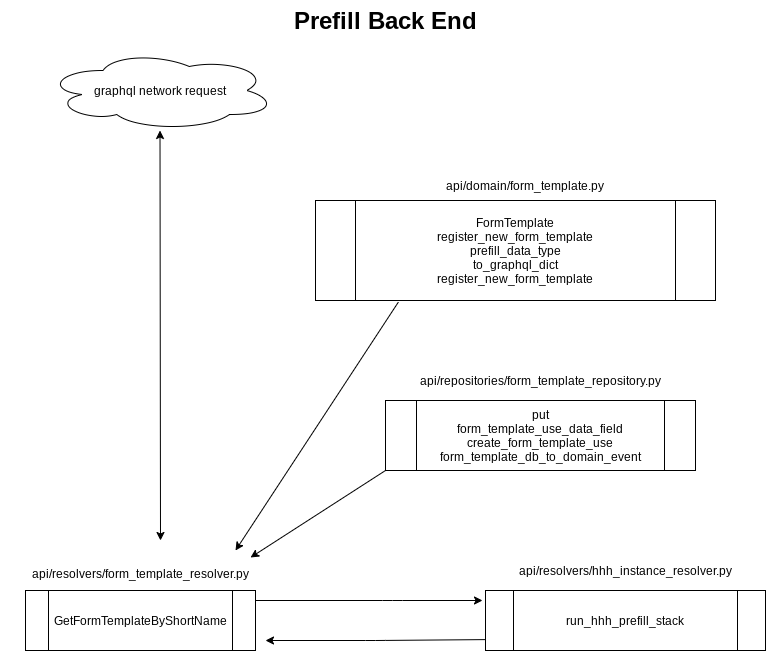
Before: prefill-diagram.drawio.png, a diagram exported from draw.io (dman777/bar). Source tidied: cells renumbered, new cells last; positions are measured from the earlier drawing's top-left corner, leaving out a move shared by most shapes.
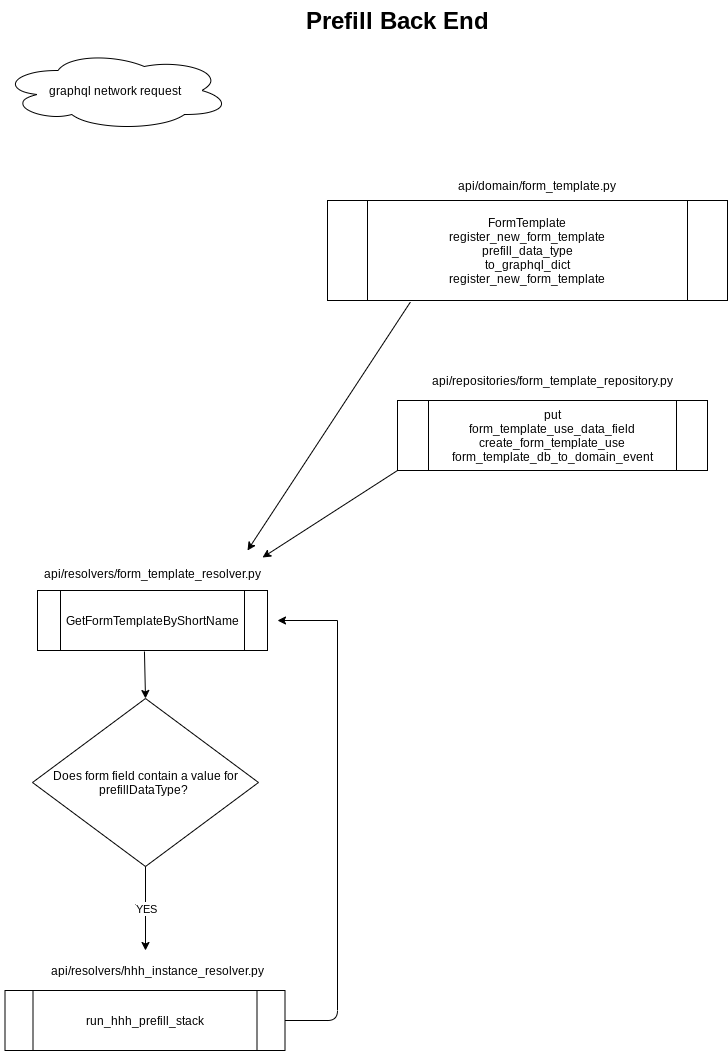
Above is the later version.

Change to the diagram source:
```diff
@@ -6,43 +6,19 @@
       <mxGeometry x="245" width="280" height="40" as="geometry" />
     </mxCell>
     <mxCell id="3" value="graphql network request" style="ellipse;shape=cloud;whiteSpace=wrap;html=1;" parent="1" vertex="1">
-      <mxGeometry x="45" y="50" width="230" height="80" as="geometry" />
+      <mxGeometry x="-12" y="50" width="230" height="80" as="geometry" />
     </mxCell>
-    <mxCell id="4" style="endArrow=classic;startArrow=classic;html=1;" parent="1" edge="1">
-      <mxGeometry relative="1" as="geometry">
-        <mxPoint x="160" y="540" as="sourcePoint" />
-        <mxPoint x="159.5" y="130" as="targetPoint" />
-      </mxGeometry>
-    </mxCell>
     <mxCell id="5" value="api/resolvers/form_template_resolver.py&lt;br&gt;" style="text;html=1;strokeColor=none;fillColor=none;align=center;verticalAlign=middle;whiteSpace=wrap;rounded=0;" parent="1" vertex="1">
       <mxGeometry y="560" width="280" height="25" as="geometry" />
     </mxCell>
     <mxCell id="6" value="api/resolvers/hhh_instance_resolver.py" style="text;html=1;strokeColor=none;fillColor=none;align=center;verticalAlign=middle;whiteSpace=wrap;rounded=0;" parent="1" vertex="1">
-      <mxGeometry x="495" y="560" width="260" height="20" as="geometry" />
+      <mxGeometry x="15" y="960" width="260" height="20" as="geometry" />
     </mxCell>
-    <mxCell id="7" style="endArrow=classic;html=1;" parent="1" edge="1">
-      <mxGeometry relative="1" as="geometry">
-        <mxPoint x="255" y="600" as="sourcePoint" />
-        <mxPoint x="482" y="600" as="targetPoint" />
-        <Array as="points">
-          <mxPoint x="392" y="600" />
-        </Array>
-      </mxGeometry>
-    </mxCell>
     <mxCell id="8" value="&lt;span&gt;GetFormTemplateByShortName&lt;/span&gt;" style="shape=process;whiteSpace=wrap;html=1;backgroundOutline=1;" parent="1" vertex="1">
       <mxGeometry x="25" y="590" width="230" height="60" as="geometry" />
     </mxCell>
-    <mxCell id="9" style="endArrow=classic;html=1;exitX=-0.01;exitY=0.288;exitDx=0;exitDy=0;exitPerimeter=0;" parent="1" edge="1">
-      <mxGeometry relative="1" as="geometry">
-        <mxPoint x="493" y="639" as="sourcePoint" />
-        <mxPoint x="265" y="640" as="targetPoint" />
-        <Array as="points">
-          <mxPoint x="375" y="640" />
-        </Array>
-      </mxGeometry>
-    </mxCell>
     <mxCell id="10" value="&lt;span&gt;run_hhh_prefill_stack&lt;/span&gt;" style="shape=process;whiteSpace=wrap;html=1;backgroundOutline=1;" parent="1" vertex="1">
-      <mxGeometry x="485" y="590" width="280" height="60" as="geometry" />
+      <mxGeometry x="-7.5" y="990" width="280" height="60" as="geometry" />
     </mxCell>
     <mxCell id="11" value="FormTemplate&lt;br&gt;register_new_form_template&lt;br&gt;prefill_data_type&lt;br&gt;to_graphql_dict&lt;br&gt;register_new_form_template" style="shape=process;whiteSpace=wrap;html=1;backgroundOutline=1;" parent="1" vertex="1">
       <mxGeometry x="315" y="200" width="400" height="100" as="geometry" />
@@ -64,5 +40,36 @@
     <mxCell id="16" style="endArrow=classic;html=1;exitX=0;exitY=1;exitDx=0;exitDy=0;entryX=0.893;entryY=-0.12;entryDx=0;entryDy=0;entryPerimeter=0;" parent="1" edge="1" source="13" target="5">
       <mxGeometry relative="1" as="geometry" />
     </mxCell>
+    <mxCell id="17" value="Does form field contain a value for prefillDataType?&amp;nbsp;" style="rhombus;whiteSpace=wrap;html=1;fontSize=12;" parent="1" vertex="1">
+      <mxGeometry x="20" y="698" width="226" height="168" as="geometry" />
+    </mxCell>
+    <mxCell id="18" value="&amp;nbsp;" style="text;html=1;align=center;verticalAlign=middle;strokeColor=none;fillColor=none;" parent="1" vertex="1">
+      <mxGeometry x="115" y="860" width="20" height="20" as="geometry" />
+    </mxCell>
+    <mxCell id="19" value="YES" style="endArrow=classic;html=1;exitX=0.5;exitY=1;exitDx=0;exitDy=0;" parent="1" edge="1" source="17">
+      <mxGeometry relative="1" as="geometry">
+        <mxPoint x="133" y="950" as="targetPoint" />
+      </mxGeometry>
+    </mxCell>
+    <mxCell id="20" value="YES" style="edgeLabel;html=1;align=center;verticalAlign=middle;" parent="19" vertex="1">
+      <mxGeometry relative="1" as="geometry" />
+    </mxCell>
+    <mxCell id="21" style="endArrow=classic;html=1;entryX=0.5;entryY=0;entryDx=0;entryDy=0;exitX=0.465;exitY=1.017;exitDx=0;exitDy=0;exitPerimeter=0;" parent="1" edge="1" source="8" target="17">
+      <mxGeometry relative="1" as="geometry" />
+    </mxCell>
+    <mxCell id="22" style="endArrow=none;html=1;exitX=1;exitY=0.5;exitDx=0;exitDy=0;" parent="1" edge="1" source="10">
+      <mxGeometry relative="1" as="geometry">
+        <mxPoint x="325" y="620" as="targetPoint" />
+        <Array as="points">
+          <mxPoint x="325" y="1020" />
+        </Array>
+      </mxGeometry>
+    </mxCell>
+    <mxCell id="23" style="endArrow=classic;html=1;" parent="1" edge="1">
+      <mxGeometry relative="1" as="geometry">
+        <mxPoint x="325" y="620" as="sourcePoint" />
+        <mxPoint x="265" y="620" as="targetPoint" />
+      </mxGeometry>
+    </mxCell>
   </root>
 </mxGraphModel>
```
